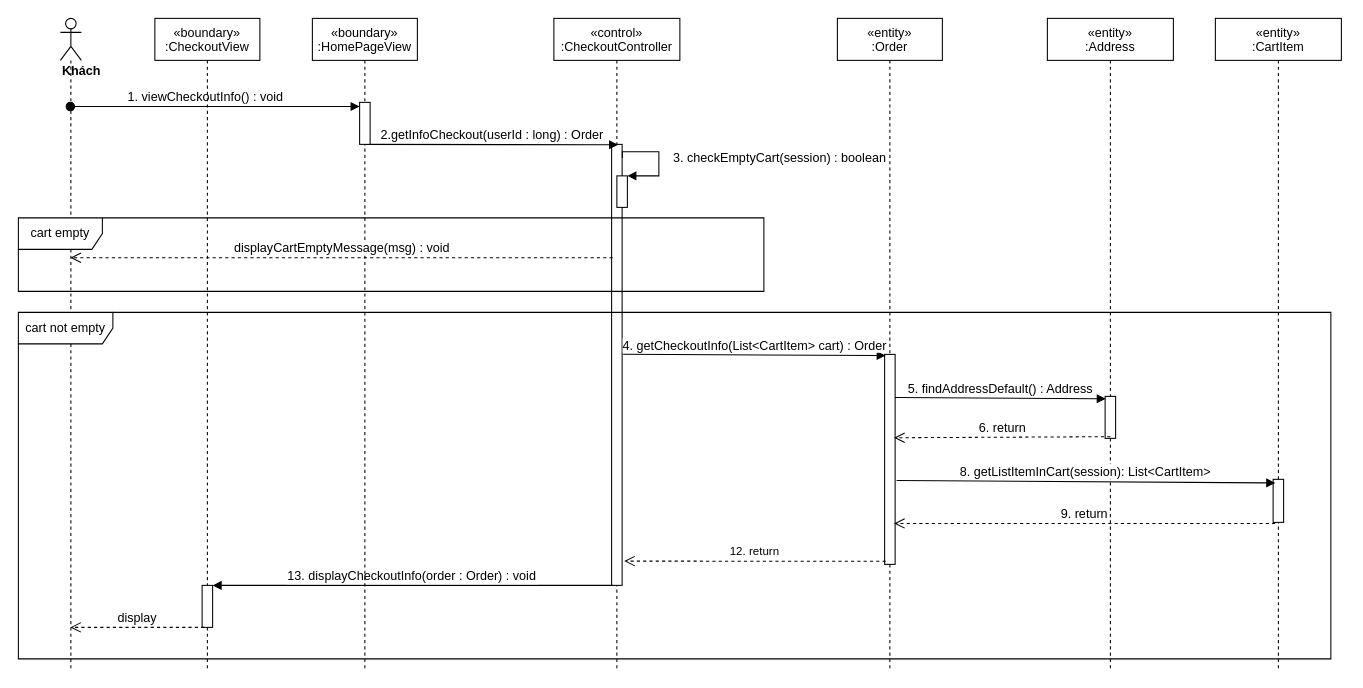
Above: sequence diagram/view-checkout-info-sequence.drawio in nguyenphamvan/datn_20202 (draw.io), before the change. Source tidied: cells renumbered, new cells numbered last; positions are measured from the earlier drawing's top-left corner, leaving out a move shared by most shapes. Both pictures are drawn from the tidied source at 105%, with x=0, y=0 at pixel (18, 18).
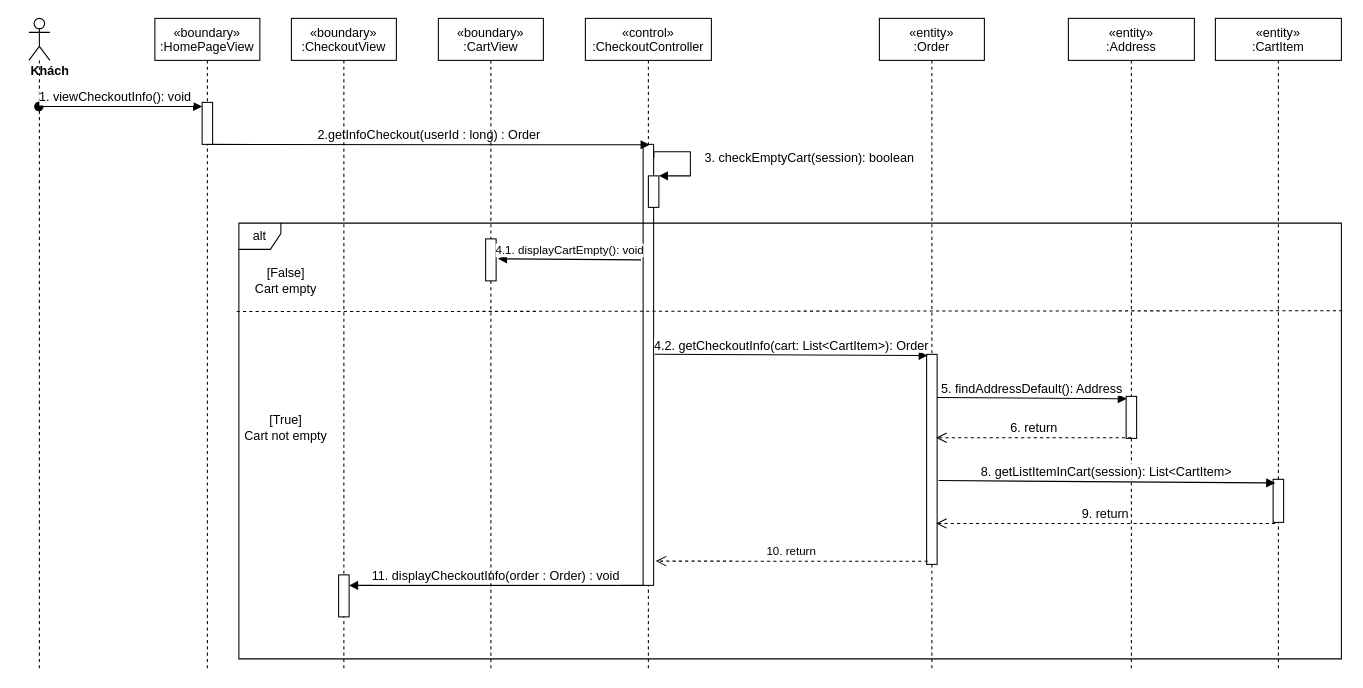
The same diagram, later.

The change refers to these unchanged cells:
```xml
<mxCell id="3" style="points=[];perimeter=orthogonalPerimeter;rounded=0;shadow=0;strokeWidth=1;" parent="2" vertex="1">
  <mxGeometry x="55" y="120" width="10" height="420" as="geometry" />
</mxCell>
<mxCell id="4" style="html=1;points=[];perimeter=orthogonalPerimeter;" parent="2" vertex="1">
  <mxGeometry x="60" y="150" width="10" height="30" as="geometry" />
</mxCell>
<mxCell id="9" style="points=[];perimeter=orthogonalPerimeter;rounded=0;shadow=0;strokeWidth=1;" parent="8" vertex="1">
  <mxGeometry x="45" y="320" width="10" height="200" as="geometry" />
</mxCell>
<mxCell id="12" style="points=[];perimeter=orthogonalPerimeter;rounded=0;shadow=0;strokeWidth=1;" parent="11" vertex="1">
  <mxGeometry x="55" y="360" width="10" height="40" as="geometry" />
</mxCell>
<mxCell id="21" style="points=[];perimeter=orthogonalPerimeter;rounded=0;shadow=0;strokeWidth=1;" parent="20" vertex="1">
  <mxGeometry x="45" y="80" width="10" height="40" as="geometry" />
</mxCell>
```

The edit, as a diff of the source:
```diff
@@
     <mxCell id="2" value="«control»&#10;:CheckoutController" style="shape=umlLifeline;perimeter=lifelinePerimeter;rounded=0;shadow=0;strokeWidth=1;" parent="1" vertex="1">
-      <mxGeometry x="510" width="120" height="620" as="geometry" />
+      <mxGeometry x="540" width="120" height="620" as="geometry" />
     </mxCell>
@@
-    <mxCell id="5" value="&lt;font style=&quot;font-size: 12px&quot;&gt;3. checkEmptyCart(session) : boolean&lt;/font&gt;" style="edgeStyle=orthogonalEdgeStyle;html=1;align=left;spacingLeft=2;endArrow=block;rounded=0;entryX=1;entryY=0;exitX=1.02;exitY=0.031;exitDx=0;exitDy=0;exitPerimeter=0;" parent="2" edge="1" source="3" target="4">
+    <mxCell id="5" value="&lt;font style=&quot;font-size: 12px&quot;&gt;3. checkEmptyCart(session): boolean&lt;/font&gt;" style="edgeStyle=orthogonalEdgeStyle;html=1;align=left;spacingLeft=2;endArrow=block;rounded=0;entryX=1;entryY=0;exitX=1.02;exitY=0.031;exitDx=0;exitDy=0;exitPerimeter=0;" parent="2" edge="1" source="3" target="4">
       <mxGeometry x="0.01" y="10" relative="1" as="geometry">
         <Array as="points">
           <mxPoint x="100" y="127" />
           <mxPoint x="100" y="150" />
         </Array>
       </mxGeometry>
     </mxCell>
     <mxCell id="6" value="&lt;div&gt;&lt;b&gt;Khách&lt;/b&gt;&lt;/div&gt;" style="shape=umlLifeline;participant=umlActor;perimeter=lifelinePerimeter;whiteSpace=wrap;html=1;verticalAlign=top;spacingTop=36;outlineConnect=0;align=left;" parent="1" vertex="1">
-      <mxGeometry x="40" width="20" height="620" as="geometry" />
+      <mxGeometry x="10" width="20" height="620" as="geometry" />
     </mxCell>
-    <mxCell id="7" value="1. viewCheckoutInfo() : void" style="verticalAlign=bottom;startArrow=oval;endArrow=block;startSize=8;shadow=0;strokeWidth=1;entryX=0;entryY=0.1;entryDx=0;entryDy=0;entryPerimeter=0;fontSize=12;" parent="1" edge="1" source="6" target="21">
+    <mxCell id="7" value="1. viewCheckoutInfo(): void" style="verticalAlign=bottom;startArrow=oval;endArrow=block;startSize=8;shadow=0;strokeWidth=1;entryX=0;entryY=0.1;entryDx=0;entryDy=0;entryPerimeter=0;fontSize=12;" parent="1" edge="1" source="6" target="21">
       <mxGeometry x="-0.06" relative="1" as="geometry" />
     </mxCell>
     <mxCell id="8" value="«entity»&#10;:Order" style="shape=umlLifeline;perimeter=lifelinePerimeter;rounded=0;shadow=0;strokeWidth=1;" parent="1" vertex="1">
-      <mxGeometry x="780" width="100" height="620" as="geometry" />
+      <mxGeometry x="820" width="100" height="620" as="geometry" />
     </mxCell>
@@
     <mxCell id="11" value="«entity»&#10;:Address" style="shape=umlLifeline;perimeter=lifelinePerimeter;rounded=0;shadow=0;strokeWidth=1;" parent="1" vertex="1">
-      <mxGeometry x="980" width="120" height="620" as="geometry" />
+      <mxGeometry x="1000" width="120" height="620" as="geometry" />
     </mxCell>
@@
-    <mxCell id="13" value="13. displayCheckoutInfo(order : Order) : void" style="verticalAlign=bottom;endArrow=block;shadow=0;strokeWidth=1;exitX=0.1;exitY=1;exitDx=0;exitDy=0;exitPerimeter=0;fontSize=12;" parent="1" edge="1" source="3" target="24">
+    <mxCell id="13" value="11. displayCheckoutInfo(order : Order) : void" style="verticalAlign=bottom;endArrow=block;shadow=0;strokeWidth=1;exitX=0.1;exitY=1;exitDx=0;exitDy=0;exitPerimeter=0;fontSize=12;" parent="1" edge="1" source="3" target="24">
       <mxGeometry relative="1" as="geometry" />
     </mxCell>
-    <mxCell id="14" value="&lt;font style=&quot;font-size: 12px&quot;&gt;5. findAddressDefault() : Address&lt;/font&gt;" style="html=1;verticalAlign=bottom;endArrow=block;rounded=0;entryX=0.06;entryY=0.056;entryDx=0;entryDy=0;entryPerimeter=0;exitX=0.98;exitY=0.205;exitDx=0;exitDy=0;exitPerimeter=0;" parent="1" edge="1" source="9" target="12">
+    <mxCell id="14" value="&lt;font style=&quot;font-size: 12px&quot;&gt;5. findAddressDefault(): Address&lt;/font&gt;" style="html=1;verticalAlign=bottom;endArrow=block;rounded=0;entryX=0.06;entryY=0.056;entryDx=0;entryDy=0;entryPerimeter=0;exitX=0.98;exitY=0.205;exitDx=0;exitDy=0;exitPerimeter=0;" parent="1" edge="1" source="9" target="12">
       <mxGeometry relative="1" as="geometry" />
     </mxCell>
-    <mxCell id="15" value="12. return" style="html=1;verticalAlign=bottom;endArrow=open;dashed=1;endSize=8;rounded=0;entryX=1.2;entryY=0.945;entryDx=0;entryDy=0;entryPerimeter=0;exitX=0.1;exitY=0.985;exitDx=0;exitDy=0;exitPerimeter=0;" parent="1" edge="1" source="9" target="3">
+    <mxCell id="15" value="10. return" style="html=1;verticalAlign=bottom;endArrow=open;dashed=1;endSize=8;rounded=0;entryX=1.2;entryY=0.945;entryDx=0;entryDy=0;entryPerimeter=0;exitX=0.1;exitY=0.985;exitDx=0;exitDy=0;exitPerimeter=0;" parent="1" edge="1" source="9" target="3">
       <mxGeometry relative="1" as="geometry" />
     </mxCell>
@@
     <mxCell id="20" value="«boundary»&#10;:HomePageView" style="shape=umlLifeline;perimeter=lifelinePerimeter;rounded=0;shadow=0;strokeWidth=1;" parent="1" vertex="1">
-      <mxGeometry x="280" width="100" height="620" as="geometry" />
+      <mxGeometry x="130" width="100" height="620" as="geometry" />
     </mxCell>
@@
-    <mxCell id="22" value="&lt;font style=&quot;font-size: 12px&quot;&gt;4. getCheckoutInfo(List&amp;lt;CartItem&amp;gt; cart) : Order&lt;/font&gt;" style="html=1;verticalAlign=bottom;endArrow=block;entryX=0.1;entryY=0.006;entryDx=0;entryDy=0;entryPerimeter=0;exitX=1.1;exitY=0.476;exitDx=0;exitDy=0;exitPerimeter=0;" parent="1" edge="1" source="3" target="9">
+    <mxCell id="22" value="&lt;font style=&quot;font-size: 12px&quot;&gt;4.2. getCheckoutInfo(cart: List&amp;lt;CartItem&amp;gt;): Order&lt;/font&gt;" style="html=1;verticalAlign=bottom;endArrow=block;entryX=0.1;entryY=0.006;entryDx=0;entryDy=0;entryPerimeter=0;exitX=1.1;exitY=0.476;exitDx=0;exitDy=0;exitPerimeter=0;" parent="1" edge="1" source="3" target="9">
       <mxGeometry relative="1" as="geometry" />
     </mxCell>
     <mxCell id="23" value="«boundary»&#10;:CheckoutView" style="shape=umlLifeline;perimeter=lifelinePerimeter;rounded=0;shadow=0;strokeWidth=1;" parent="1" vertex="1">
-      <mxGeometry x="130" width="100" height="620" as="geometry" />
+      <mxGeometry x="260" width="100" height="620" as="geometry" />
     </mxCell>
     <mxCell id="24" style="html=1;points=[];perimeter=orthogonalPerimeter;" parent="23" vertex="1">
-      <mxGeometry x="45" y="540" width="10" height="40" as="geometry" />
+      <mxGeometry x="45" y="530" width="10" height="40" as="geometry" />
     </mxCell>
-    <mxCell id="25" value="&lt;font style=&quot;font-size: 12px&quot;&gt;displayCartEmptyMessage(msg) : void&lt;/font&gt;" style="html=1;verticalAlign=bottom;endArrow=open;dashed=1;endSize=8;exitX=0.1;exitY=0.257;exitDx=0;exitDy=0;exitPerimeter=0;" parent="1" edge="1" source="3" target="6">
-      <mxGeometry relative="1" as="geometry" />
-    </mxCell>
-    <mxCell id="26" value="cart empty" style="shape=umlFrame;whiteSpace=wrap;html=1;width=80;height=30;" parent="1" vertex="1">
-      <mxGeometry y="190" width="710" height="70" as="geometry" />
+    <mxCell id="26" value="alt" style="shape=umlFrame;whiteSpace=wrap;html=1;width=40;height=25;" parent="1" vertex="1">
+      <mxGeometry x="210" y="195" width="1050" height="415" as="geometry" />
     </mxCell>
-    <mxCell id="27" value="&lt;font style=&quot;font-size: 12px&quot;&gt;6. return&lt;/font&gt;" style="html=1;verticalAlign=bottom;endArrow=open;dashed=1;endSize=8;exitX=0.5;exitY=0.96;exitDx=0;exitDy=0;exitPerimeter=0;entryX=0.9;entryY=0.397;entryDx=0;entryDy=0;entryPerimeter=0;" parent="1" edge="1" source="12" target="9">
+    <mxCell id="27" value="&lt;font style=&quot;font-size: 12px&quot;&gt;6. return&lt;/font&gt;" style="html=1;verticalAlign=bottom;endArrow=open;dashed=1;endSize=8;entryX=0.9;entryY=0.397;entryDx=0;entryDy=0;entryPerimeter=0;exitX=0.5;exitY=0.985;exitDx=0;exitDy=0;exitPerimeter=0;" parent="1" edge="1" source="12" target="9">
       <mxGeometry relative="1" as="geometry" />
     </mxCell>
-    <mxCell id="28" value="&lt;font style=&quot;font-size: 12px&quot;&gt;display&lt;/font&gt;" style="html=1;verticalAlign=bottom;endArrow=open;dashed=1;endSize=8;exitX=0.2;exitY=1;exitDx=0;exitDy=0;exitPerimeter=0;" parent="1" edge="1" source="24" target="6">
-      <mxGeometry relative="1" as="geometry" />
-    </mxCell>
-    <mxCell id="29" value="cart not empty" style="shape=umlFrame;whiteSpace=wrap;html=1;width=90;height=30;" parent="1" vertex="1">
-      <mxGeometry y="280" width="1250" height="330" as="geometry" />
-    </mxCell>
+    <mxCell id="30" value="«boundary»&#10;:CartView" style="shape=umlLifeline;perimeter=lifelinePerimeter;rounded=0;shadow=0;strokeWidth=1;" parent="1" vertex="1">
+      <mxGeometry x="400" width="100" height="620" as="geometry" />
+    </mxCell>
+    <mxCell id="31" style="html=1;points=[];perimeter=orthogonalPerimeter;" parent="1" vertex="1">
+      <mxGeometry x="445" y="210" width="10" height="40" as="geometry" />
+    </mxCell>
+    <mxCell id="32" value="4.1. displayCartEmpty(): void" style="html=1;verticalAlign=bottom;endArrow=block;entryX=1.18;entryY=0.475;entryDx=0;entryDy=0;entryPerimeter=0;" parent="1" edge="1" target="31">
+      <mxGeometry relative="1" as="geometry">
+        <mxPoint x="593" y="230" as="sourcePoint" />
+      </mxGeometry>
+    </mxCell>
+    <mxCell id="33" style="endArrow=none;dashed=1;html=1;exitX=-0.002;exitY=0.203;exitDx=0;exitDy=0;exitPerimeter=0;entryX=1.002;entryY=0.201;entryDx=0;entryDy=0;entryPerimeter=0;" parent="1" edge="1" source="26" target="26">
+      <mxGeometry relative="1" as="geometry" />
+    </mxCell>
+    <mxCell id="34" value="[False]&lt;br&gt;Cart empty" style="text;html=1;strokeColor=none;fillColor=none;align=center;verticalAlign=middle;whiteSpace=wrap;rounded=0;" parent="1" vertex="1">
+      <mxGeometry x="220" y="240" width="70" height="20" as="geometry" />
+    </mxCell>
+    <mxCell id="35" value="[True]&lt;br&gt;Cart not empty" style="text;html=1;strokeColor=none;fillColor=none;align=center;verticalAlign=middle;whiteSpace=wrap;rounded=0;" parent="1" vertex="1">
+      <mxGeometry x="210" y="380" width="90" height="20" as="geometry" />
+    </mxCell>
```
